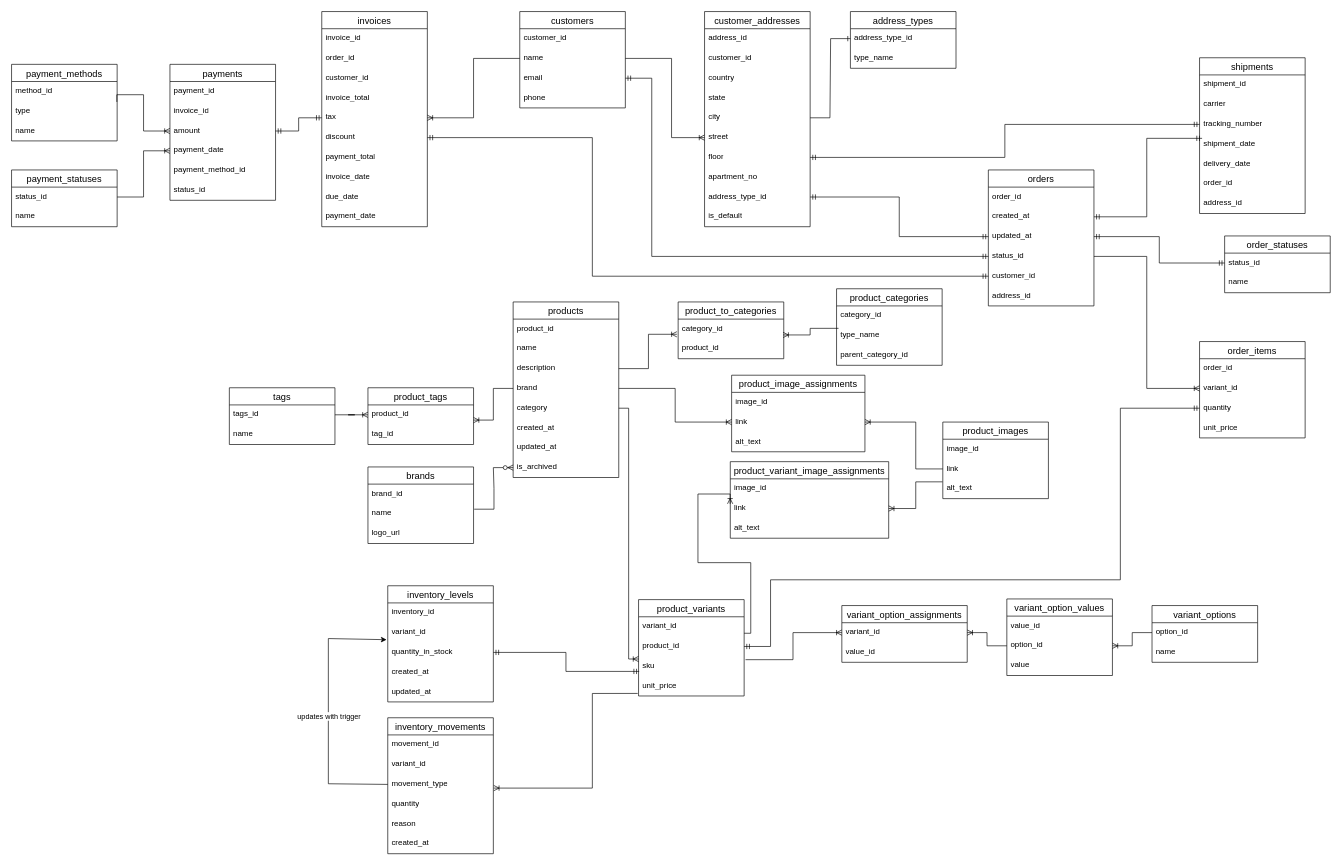
Before: diagrams/my-store-db.drawio in venelinpetrov/db-my-store, a draw.io diagram. Source tidied: cells renumbered, new cells numbered last; positions are measured from the earlier drawing's top-left corner, leaving out a move shared by most shapes. Both pictures are drawn from the tidied source at 66%, with x=0, y=0 at pixel (11, 11).
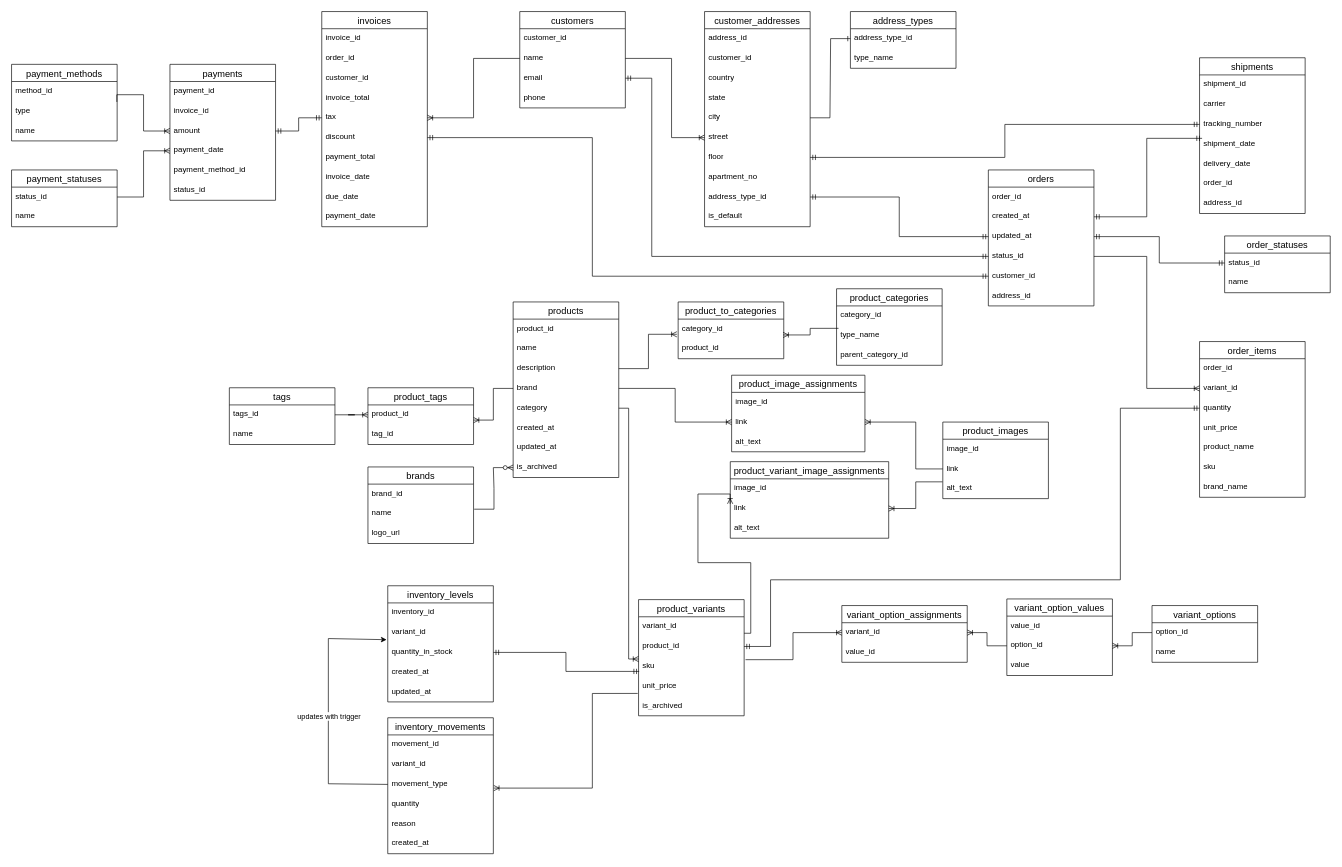
After the change.

Change to the diagram source:
```diff
@@
     <mxCell id="40" value="product_variants" style="swimlane;fontStyle=0;horizontal=1;startSize=26;align=center;fontSize=14;" parent="1" vertex="1">
-      <mxGeometry x="950" y="891" width="160" height="146" as="geometry" />
+      <mxGeometry x="950" y="891" width="160" height="176" as="geometry" />
     </mxCell>
@@
+    <mxCell id="166" value="is_archived" style="text;strokeColor=none;fillColor=none;spacingLeft=4;spacingRight=4;overflow=hidden;fontSize=12;whiteSpace=wrap;html=1;" parent="40" vertex="1">
+      <mxGeometry y="146" width="160" height="30" as="geometry" />
+    </mxCell>
@@
     <mxCell id="77" value="order_items" style="swimlane;fontStyle=0;horizontal=1;startSize=26;align=center;fontSize=14;" parent="1" vertex="1">
-      <mxGeometry x="1800" y="500" width="160" height="146" as="geometry" />
+      <mxGeometry x="1800" y="500" width="160" height="236" as="geometry" />
     </mxCell>
@@
+    <mxCell id="167" value="product_name" style="text;strokeColor=none;fillColor=none;spacingLeft=4;spacingRight=4;overflow=hidden;fontSize=12;whiteSpace=wrap;html=1;" parent="77" vertex="1">
+      <mxGeometry y="146" width="160" height="30" as="geometry" />
+    </mxCell>
+    <mxCell id="168" value="sku" style="text;strokeColor=none;fillColor=none;spacingLeft=4;spacingRight=4;overflow=hidden;fontSize=12;whiteSpace=wrap;html=1;" parent="77" vertex="1">
+      <mxGeometry y="176" width="160" height="30" as="geometry" />
+    </mxCell>
+    <mxCell id="169" value="brand_name" style="text;strokeColor=none;fillColor=none;spacingLeft=4;spacingRight=4;overflow=hidden;fontSize=12;whiteSpace=wrap;html=1;" parent="77" vertex="1">
+      <mxGeometry y="206" width="160" height="30" as="geometry" />
+    </mxCell>
```
